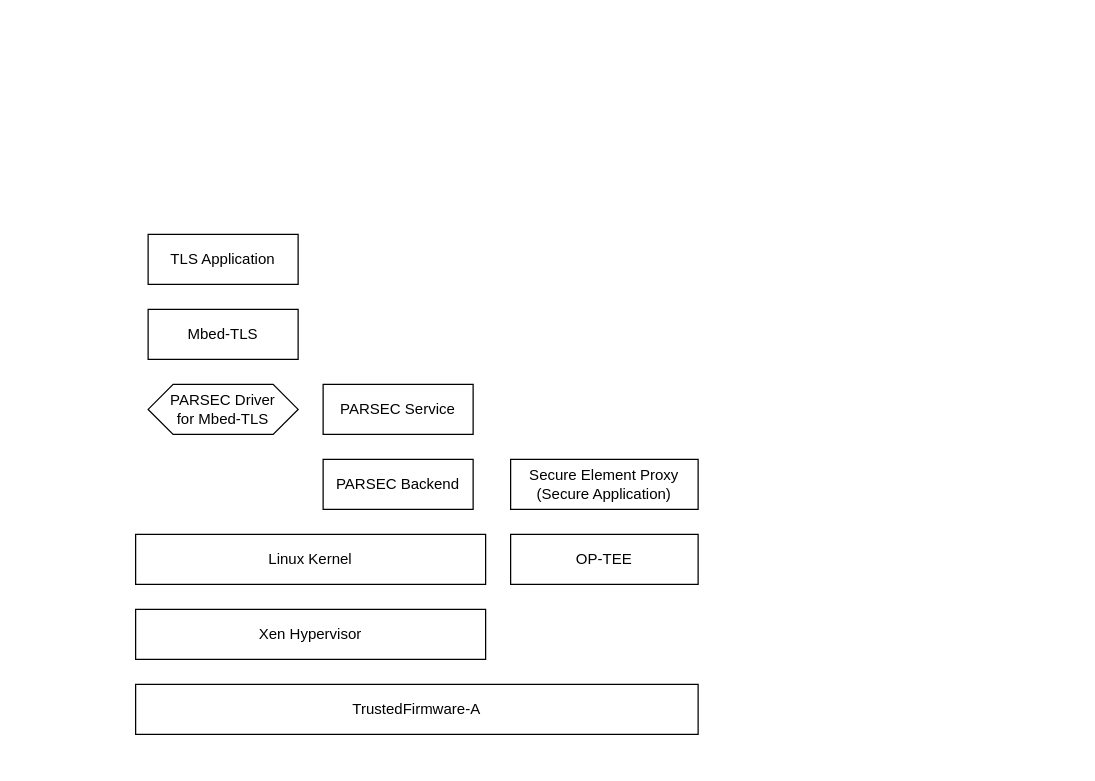
michael2012z/myWritings keeps this draw.io diagram as secure service.drawio. Above is the earlier version. Source tidied: cells renumbered, new cells numbered last; positions are measured from the earlier drawing's top-left corner, leaving out a move shared by most shapes. Both pictures are drawn from the tidied source at 125%, with x=0, y=0 at pixel (135, 234).
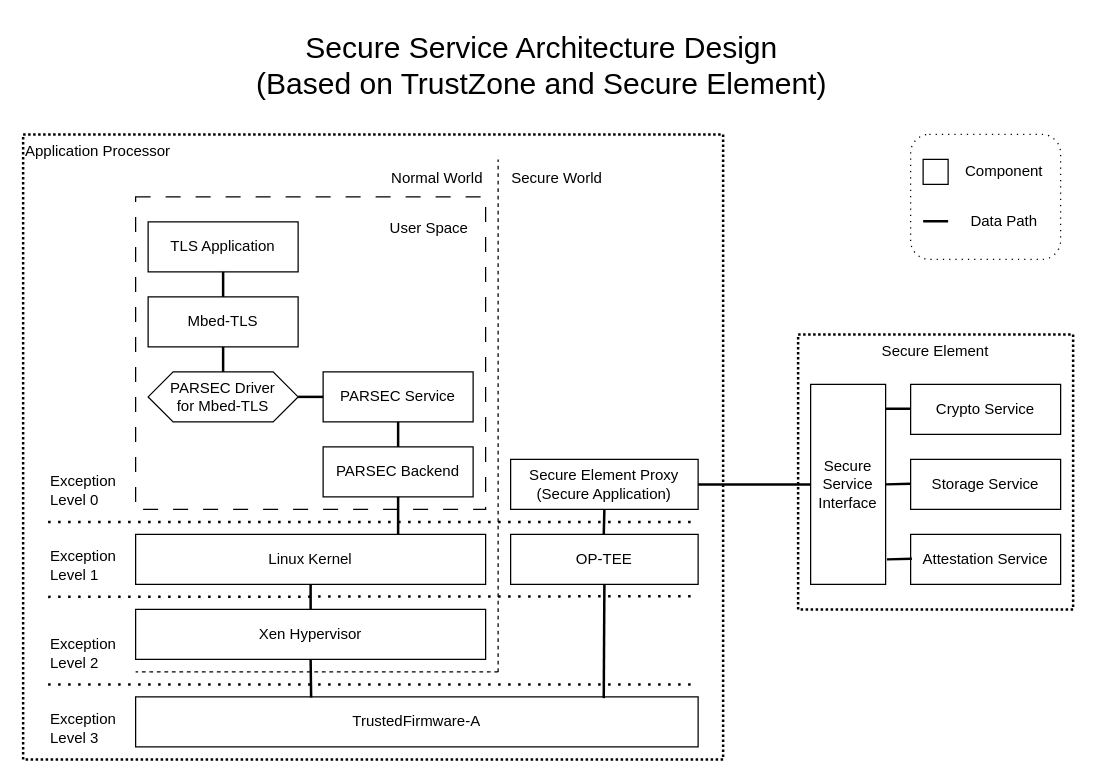
The same diagram, later.

Unchanged cells that the change refers to:
```xml
<mxCell id="2" value="Linux Kernel" style="rounded=0;whiteSpace=wrap;html=1;" parent="1" vertex="1">
  <mxGeometry y="240" width="280" height="40" as="geometry" />
</mxCell>
<mxCell id="8" value="Xen Hypervisor" style="rounded=0;whiteSpace=wrap;html=1;" parent="1" vertex="1">
  <mxGeometry y="300" width="280" height="40" as="geometry" />
</mxCell>
<mxCell id="11" value="Secure Element Proxy&lt;br&gt;(Secure Application)" style="rounded=0;whiteSpace=wrap;html=1;" parent="1" vertex="1">
  <mxGeometry x="300" y="180" width="150" height="40" as="geometry" />
</mxCell>
```

Diff of the diagram source:
```diff
@@
+    <mxCell id="12" value="Application Processor" style="rounded=0;whiteSpace=wrap;html=1;fillColor=none;dashed=1;dashPattern=1 1;align=left;verticalAlign=top;strokeWidth=2;" parent="1" vertex="1">
+      <mxGeometry x="-90" y="-80" width="560" height="500" as="geometry" />
+    </mxCell>
+    <mxCell id="13" style="rounded=0;whiteSpace=wrap;html=1;dashed=1;dashPattern=12 12;" parent="1" vertex="1">
+      <mxGeometry y="-30" width="280" height="250" as="geometry" />
+    </mxCell>
@@
     <mxCell id="3" value="TLS Application" style="rounded=0;whiteSpace=wrap;html=1;" parent="1" vertex="1">
-      <mxGeometry x="10" width="120" height="40" as="geometry" />
+      <mxGeometry x="10" y="-10" width="120" height="40" as="geometry" />
     </mxCell>
     <mxCell id="4" value="Mbed-TLS" style="rounded=0;whiteSpace=wrap;html=1;" parent="1" vertex="1">
-      <mxGeometry x="10" y="60" width="120" height="40" as="geometry" />
+      <mxGeometry x="10" y="50" width="120" height="40" as="geometry" />
     </mxCell>
     <mxCell id="5" value="PARSEC Driver&lt;br&gt;for Mbed-TLS" style="shape=hexagon;perimeter=hexagonPerimeter2;whiteSpace=wrap;html=1;fixedSize=1;" parent="1" vertex="1">
-      <mxGeometry x="10" y="120" width="120" height="40" as="geometry" />
+      <mxGeometry x="10" y="110" width="120" height="40" as="geometry" />
     </mxCell>
     <mxCell id="6" value="PARSEC Service" style="rounded=0;whiteSpace=wrap;html=1;" parent="1" vertex="1">
-      <mxGeometry x="150" y="120" width="120" height="40" as="geometry" />
+      <mxGeometry x="150" y="110" width="120" height="40" as="geometry" />
     </mxCell>
     <mxCell id="7" value="PARSEC Backend" style="rounded=0;whiteSpace=wrap;html=1;" parent="1" vertex="1">
-      <mxGeometry x="150" y="180" width="120" height="40" as="geometry" />
+      <mxGeometry x="150" y="170" width="120" height="40" as="geometry" />
     </mxCell>
@@
     <mxCell id="9" value="TrustedFirmware-A" style="rounded=0;whiteSpace=wrap;html=1;" parent="1" vertex="1">
-      <mxGeometry y="360" width="450" height="40" as="geometry" />
+      <mxGeometry y="370" width="450" height="40" as="geometry" />
     </mxCell>
@@
+    <mxCell id="14" value="Secure Element" style="rounded=0;whiteSpace=wrap;html=1;verticalAlign=top;fillColor=none;dashed=1;dashPattern=1 1;strokeWidth=2;" parent="1" vertex="1">
+      <mxGeometry x="530" y="80" width="220" height="220" as="geometry" />
+    </mxCell>
+    <mxCell id="15" value="Crypto Service" style="rounded=0;whiteSpace=wrap;html=1;" parent="1" vertex="1">
+      <mxGeometry x="620" y="120" width="120" height="40" as="geometry" />
+    </mxCell>
+    <mxCell id="16" value="Storage Service" style="rounded=0;whiteSpace=wrap;html=1;" parent="1" vertex="1">
+      <mxGeometry x="620" y="180" width="120" height="40" as="geometry" />
+    </mxCell>
+    <mxCell id="17" value="Attestation Service" style="rounded=0;whiteSpace=wrap;html=1;" parent="1" vertex="1">
+      <mxGeometry x="620" y="240" width="120" height="40" as="geometry" />
+    </mxCell>
+    <mxCell id="18" value="User Space" style="text;html=1;strokeColor=none;fillColor=none;align=center;verticalAlign=middle;whiteSpace=wrap;rounded=0;" parent="1" vertex="1">
+      <mxGeometry x="200" y="-20" width="70" height="30" as="geometry" />
+    </mxCell>
+    <mxCell id="19" style="endArrow=none;dashed=1;html=1;rounded=0;" parent="1" edge="1">
+      <mxGeometry relative="1" as="geometry">
+        <mxPoint x="290" y="350" as="sourcePoint" />
+        <mxPoint x="290" y="-60" as="targetPoint" />
+      </mxGeometry>
+    </mxCell>
+    <mxCell id="20" style="endArrow=none;dashed=1;html=1;rounded=0;" parent="1" edge="1">
+      <mxGeometry relative="1" as="geometry">
+        <mxPoint x="290" y="350" as="sourcePoint" />
+        <mxPoint y="350" as="targetPoint" />
+      </mxGeometry>
+    </mxCell>
+    <mxCell id="21" value="Normal World" style="text;html=1;strokeColor=none;fillColor=none;align=right;verticalAlign=middle;whiteSpace=wrap;rounded=0;" parent="1" vertex="1">
+      <mxGeometry x="190" y="-60" width="90" height="30" as="geometry" />
+    </mxCell>
+    <mxCell id="22" value="Secure World" style="text;html=1;strokeColor=none;fillColor=none;align=left;verticalAlign=middle;whiteSpace=wrap;rounded=0;" parent="1" vertex="1">
+      <mxGeometry x="299" y="-60" width="90" height="30" as="geometry" />
+    </mxCell>
+    <mxCell id="23" style="endArrow=none;dashed=1;html=1;dashPattern=1 3;strokeWidth=2;rounded=0;" parent="1" edge="1">
+      <mxGeometry relative="1" as="geometry">
+        <mxPoint x="-70" y="360" as="sourcePoint" />
+        <mxPoint x="450" y="360" as="targetPoint" />
+      </mxGeometry>
+    </mxCell>
+    <mxCell id="24" style="endArrow=none;dashed=1;html=1;dashPattern=1 3;strokeWidth=2;rounded=0;" parent="1" edge="1">
+      <mxGeometry relative="1" as="geometry">
+        <mxPoint x="-70" y="290" as="sourcePoint" />
+        <mxPoint x="450" y="289.5" as="targetPoint" />
+      </mxGeometry>
+    </mxCell>
+    <mxCell id="25" style="endArrow=none;dashed=1;html=1;dashPattern=1 3;strokeWidth=2;rounded=0;" parent="1" edge="1">
+      <mxGeometry relative="1" as="geometry">
+        <mxPoint x="-70" y="230" as="sourcePoint" />
+        <mxPoint x="450" y="230" as="targetPoint" />
+      </mxGeometry>
+    </mxCell>
+    <mxCell id="26" value="Exception Level 0" style="text;html=1;strokeColor=none;fillColor=none;align=left;verticalAlign=middle;whiteSpace=wrap;rounded=0;" parent="1" vertex="1">
+      <mxGeometry x="-70" y="190" width="60" height="30" as="geometry" />
+    </mxCell>
+    <mxCell id="27" value="Exception Level 1" style="text;html=1;strokeColor=none;fillColor=none;align=left;verticalAlign=middle;whiteSpace=wrap;rounded=0;" parent="1" vertex="1">
+      <mxGeometry x="-70" y="250" width="60" height="30" as="geometry" />
+    </mxCell>
+    <mxCell id="28" value="Exception Level 2" style="text;html=1;strokeColor=none;fillColor=none;align=left;verticalAlign=middle;whiteSpace=wrap;rounded=0;" parent="1" vertex="1">
+      <mxGeometry x="-70" y="320" width="60" height="30" as="geometry" />
+    </mxCell>
+    <mxCell id="29" value="Exception Level 3" style="text;html=1;strokeColor=none;fillColor=none;align=left;verticalAlign=middle;whiteSpace=wrap;rounded=0;" parent="1" vertex="1">
+      <mxGeometry x="-70" y="380" width="60" height="30" as="geometry" />
+    </mxCell>
+    <mxCell id="30" style="endArrow=none;html=1;rounded=0;entryX=0.5;entryY=1;entryDx=0;entryDy=0;exitX=0.5;exitY=0;exitDx=0;exitDy=0;strokeWidth=2;" parent="1" edge="1" source="4" target="3">
+      <mxGeometry relative="1" as="geometry" />
+    </mxCell>
+    <mxCell id="31" style="endArrow=none;html=1;rounded=0;exitX=0.5;exitY=0;exitDx=0;exitDy=0;strokeWidth=2;" parent="1" edge="1" source="5">
+      <mxGeometry relative="1" as="geometry">
+        <mxPoint x="70" y="90" as="targetPoint" />
+      </mxGeometry>
+    </mxCell>
+    <mxCell id="32" style="endArrow=none;html=1;rounded=0;entryX=1;entryY=0.5;entryDx=0;entryDy=0;exitX=0;exitY=0.5;exitDx=0;exitDy=0;strokeWidth=2;" parent="1" edge="1" source="6" target="5">
+      <mxGeometry relative="1" as="geometry" />
+    </mxCell>
+    <mxCell id="33" style="endArrow=none;html=1;rounded=0;entryX=0.5;entryY=1;entryDx=0;entryDy=0;exitX=0.5;exitY=0;exitDx=0;exitDy=0;strokeWidth=2;" parent="1" edge="1" source="7" target="6">
+      <mxGeometry relative="1" as="geometry" />
+    </mxCell>
+    <mxCell id="34" style="endArrow=none;html=1;rounded=0;entryX=0.5;entryY=1;entryDx=0;entryDy=0;exitX=0.75;exitY=0;exitDx=0;exitDy=0;strokeWidth=2;" parent="1" edge="1" source="2" target="7">
+      <mxGeometry relative="1" as="geometry" />
+    </mxCell>
+    <mxCell id="35" style="endArrow=none;html=1;rounded=0;entryX=0.5;entryY=1;entryDx=0;entryDy=0;exitX=0.5;exitY=0;exitDx=0;exitDy=0;strokeWidth=2;" parent="1" edge="1" source="8" target="2">
+      <mxGeometry relative="1" as="geometry" />
+    </mxCell>
+    <mxCell id="36" style="endArrow=none;html=1;rounded=0;entryX=0.5;entryY=1;entryDx=0;entryDy=0;exitX=0.312;exitY=0.013;exitDx=0;exitDy=0;strokeWidth=2;exitPerimeter=0;" parent="1" edge="1" source="9" target="8">
+      <mxGeometry relative="1" as="geometry" />
+    </mxCell>
+    <mxCell id="37" style="endArrow=none;html=1;rounded=0;strokeWidth=2;" parent="1" edge="1">
+      <mxGeometry relative="1" as="geometry">
+        <mxPoint x="375" y="280" as="sourcePoint" />
+        <mxPoint x="374.5" y="371" as="targetPoint" />
+      </mxGeometry>
+    </mxCell>
+    <mxCell id="38" style="endArrow=none;html=1;rounded=0;exitX=0.992;exitY=0.122;exitDx=0;exitDy=0;strokeWidth=2;exitPerimeter=0;" parent="1" edge="1" source="41">
+      <mxGeometry relative="1" as="geometry">
+        <mxPoint x="620" y="139.5" as="targetPoint" />
+      </mxGeometry>
+    </mxCell>
+    <mxCell id="39" style="endArrow=none;html=1;rounded=0;exitX=0.5;exitY=0;exitDx=0;exitDy=0;strokeWidth=2;entryX=0.5;entryY=1;entryDx=0;entryDy=0;" parent="1" edge="1" target="11">
+      <mxGeometry relative="1" as="geometry">
+        <mxPoint x="374.5" y="240" as="sourcePoint" />
+      </mxGeometry>
+    </mxCell>
+    <mxCell id="40" style="endArrow=none;html=1;rounded=0;exitX=1;exitY=0.5;exitDx=0;exitDy=0;strokeWidth=2;entryX=0;entryY=0.5;entryDx=0;entryDy=0;" parent="1" edge="1" source="11" target="41">
+      <mxGeometry relative="1" as="geometry" />
+    </mxCell>
+    <mxCell id="41" value="Secure&lt;br&gt;Service&lt;br&gt;Interface" style="rounded=0;whiteSpace=wrap;html=1;" parent="1" vertex="1">
+      <mxGeometry x="540" y="120" width="60" height="160" as="geometry" />
+    </mxCell>
+    <mxCell id="42" style="endArrow=none;html=1;rounded=0;exitX=0.992;exitY=0.122;exitDx=0;exitDy=0;strokeWidth=2;exitPerimeter=0;" parent="1" edge="1">
+      <mxGeometry relative="1" as="geometry">
+        <mxPoint x="600" y="200" as="sourcePoint" />
+        <mxPoint x="620" y="199.5" as="targetPoint" />
+      </mxGeometry>
+    </mxCell>
+    <mxCell id="43" style="endArrow=none;html=1;rounded=0;exitX=0.992;exitY=0.122;exitDx=0;exitDy=0;strokeWidth=2;exitPerimeter=0;" parent="1" edge="1">
+      <mxGeometry relative="1" as="geometry">
+        <mxPoint x="601" y="260" as="sourcePoint" />
+        <mxPoint x="621" y="259.5" as="targetPoint" />
+      </mxGeometry>
+    </mxCell>
+    <mxCell id="44" style="rounded=1;whiteSpace=wrap;html=1;dashed=1;dashPattern=1 4;" parent="1" vertex="1">
+      <mxGeometry x="620" y="-80" width="120" height="100" as="geometry" />
+    </mxCell>
+    <mxCell id="45" style="rounded=0;whiteSpace=wrap;html=1;" parent="1" vertex="1">
+      <mxGeometry x="630" y="-60" width="20" height="20" as="geometry" />
+    </mxCell>
+    <mxCell id="46" value="Component" style="text;html=1;strokeColor=none;fillColor=none;align=center;verticalAlign=middle;whiteSpace=wrap;rounded=0;" parent="1" vertex="1">
+      <mxGeometry x="660" y="-65" width="70" height="30" as="geometry" />
+    </mxCell>
+    <mxCell id="47" style="endArrow=none;html=1;rounded=0;entryX=1;entryY=0.5;entryDx=0;entryDy=0;exitX=0;exitY=0.5;exitDx=0;exitDy=0;strokeWidth=2;" parent="1" edge="1">
+      <mxGeometry relative="1" as="geometry">
+        <mxPoint x="650" y="-10.5" as="sourcePoint" />
+        <mxPoint x="630" y="-10.5" as="targetPoint" />
+      </mxGeometry>
+    </mxCell>
+    <mxCell id="48" value="Data Path" style="text;html=1;strokeColor=none;fillColor=none;align=center;verticalAlign=middle;whiteSpace=wrap;rounded=0;" parent="1" vertex="1">
+      <mxGeometry x="660" y="-25" width="70" height="30" as="geometry" />
+    </mxCell>
+    <mxCell id="49" value="Secure Service Architecture Design&lt;br style=&quot;font-size: 24px;&quot;&gt;(Based on TrustZone and Secure Element)" style="text;html=1;strokeColor=none;fillColor=none;align=center;verticalAlign=middle;whiteSpace=wrap;rounded=0;fontSize=24;" parent="1" vertex="1">
+      <mxGeometry x="50" y="-170" width="550" height="70" as="geometry" />
+    </mxCell>
```
